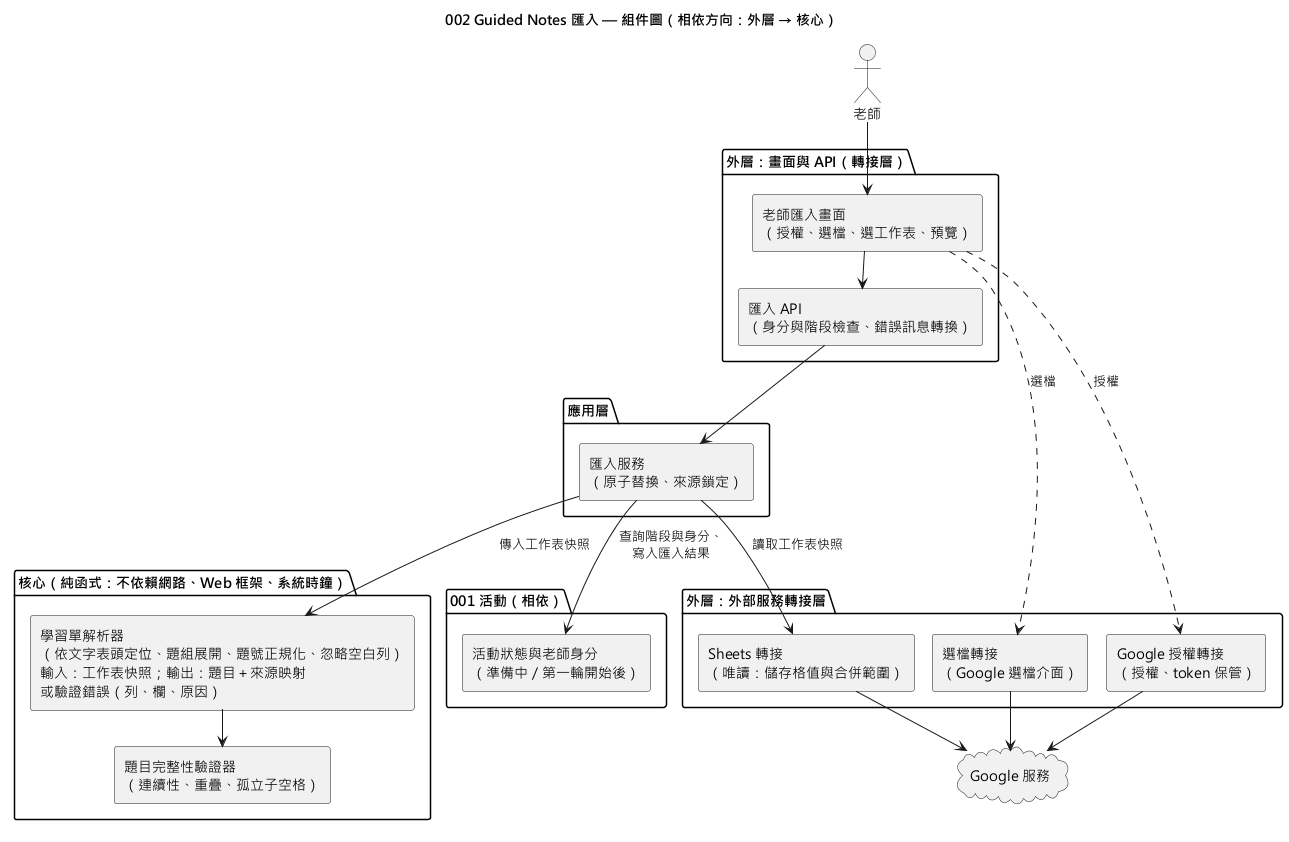
Before: diagrams/002-guided-notes-import-component.png, a diagram exported from PlantUML (EricC430/lecture-answer-first_group16_speckit).
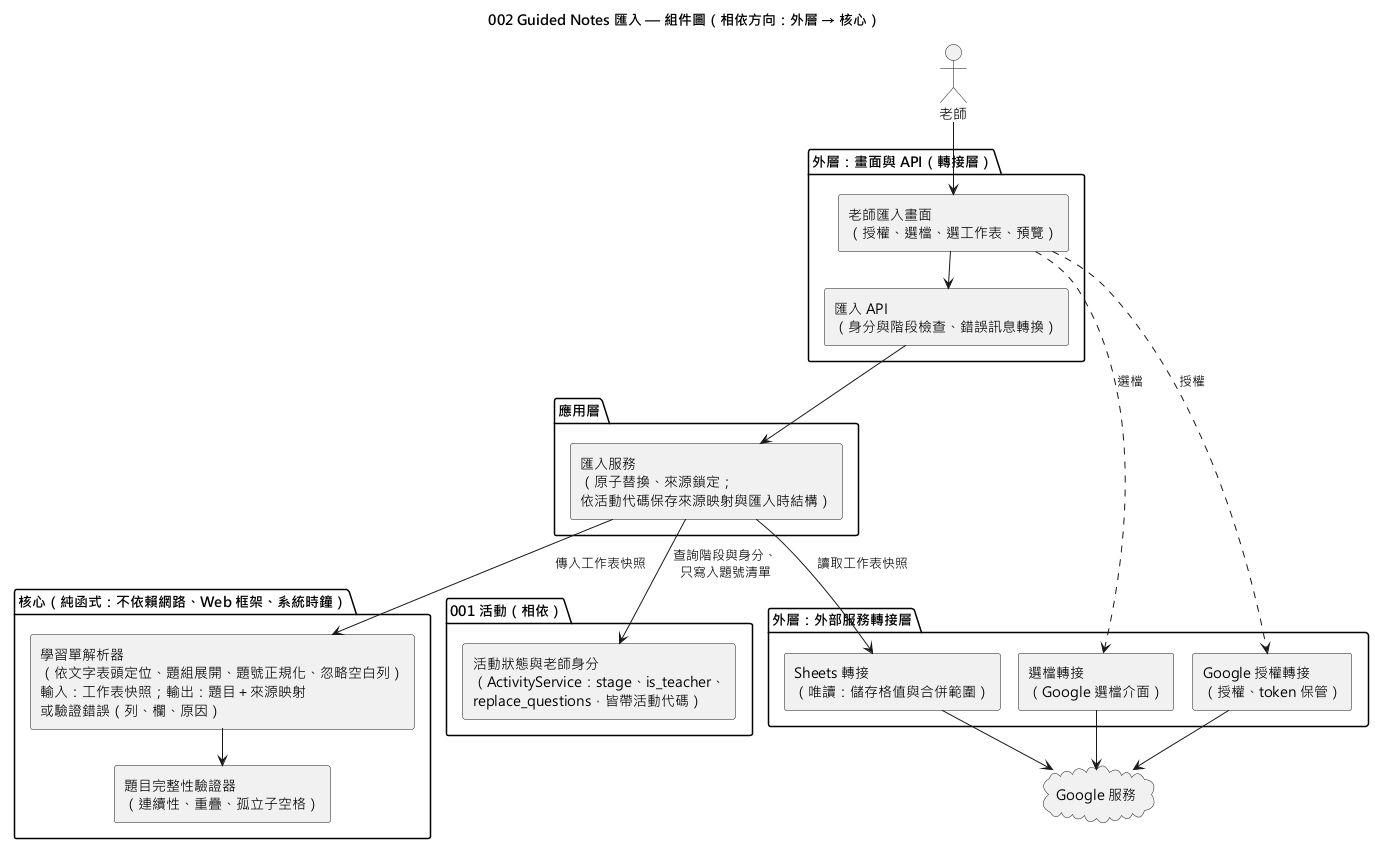
Above is the later version.

Diff of the diagram source:
```diff
@@ -12,7 +12,7 @@
 }
 
 package "應用層" {
-  [匯入服務\n（原子替換、來源鎖定）] as ImportService
+  [匯入服務\n（原子替換、來源鎖定；\n依活動代碼保存來源映射與匯入時結構）] as ImportService
 }
 
 package "核心（純函式：不依賴網路、Web 框架、系統時鐘）" {
@@ -27,7 +27,7 @@
 }
 
 package "001 活動（相依）" {
-  [活動狀態與老師身分\n（準備中／第一輪開始後）] as Activity
+  [活動狀態與老師身分\n（ActivityService：stage、is_teacher、\nreplace_questions，皆帶活動代碼）] as Activity
 }
 
 cloud "Google 服務" as Google
@@ -37,7 +37,7 @@
 UI ..> PickerAdapter : 選檔
 UI ..> AuthAdapter : 授權
 Api --> ImportService
-ImportService --> Activity : 查詢階段與身分、\n寫入匯入結果
+ImportService --> Activity : 查詢階段與身分、\n只寫入題號清單
 ImportService --> SheetsAdapter : 讀取工作表快照
 ImportService --> Parser : 傳入工作表快照
 Parser --> Validator
```
